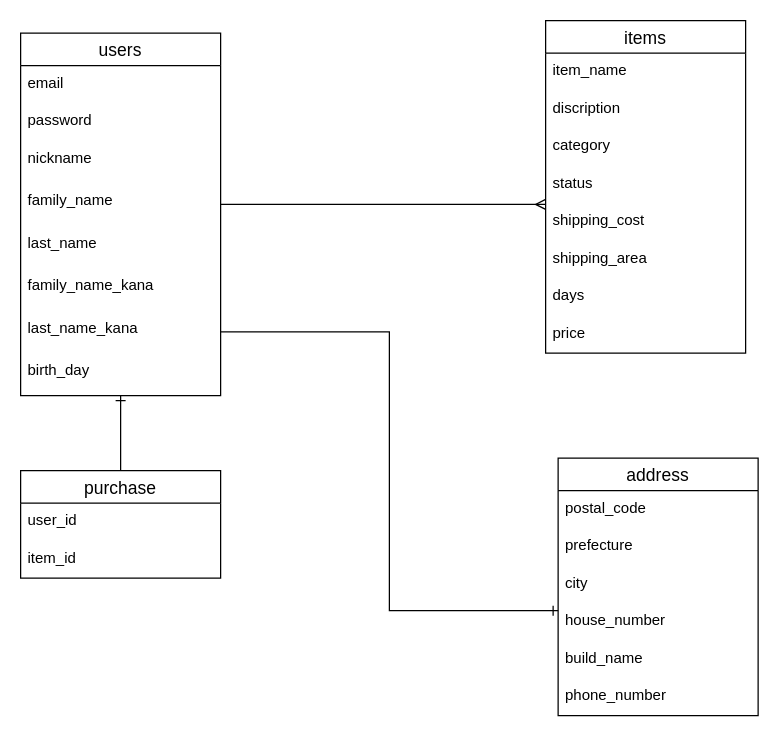
hirotoroh/furima3-34793 keeps this draw.io diagram as furima3-34793.dio. Above is the earlier version. Source tidied: cells renumbered, new cells numbered last; positions are measured from the earlier drawing's top-left corner, leaving out a move shared by most shapes. Both pictures are drawn from the tidied source at 125%, with x=0, y=0 at pixel (20, 20).
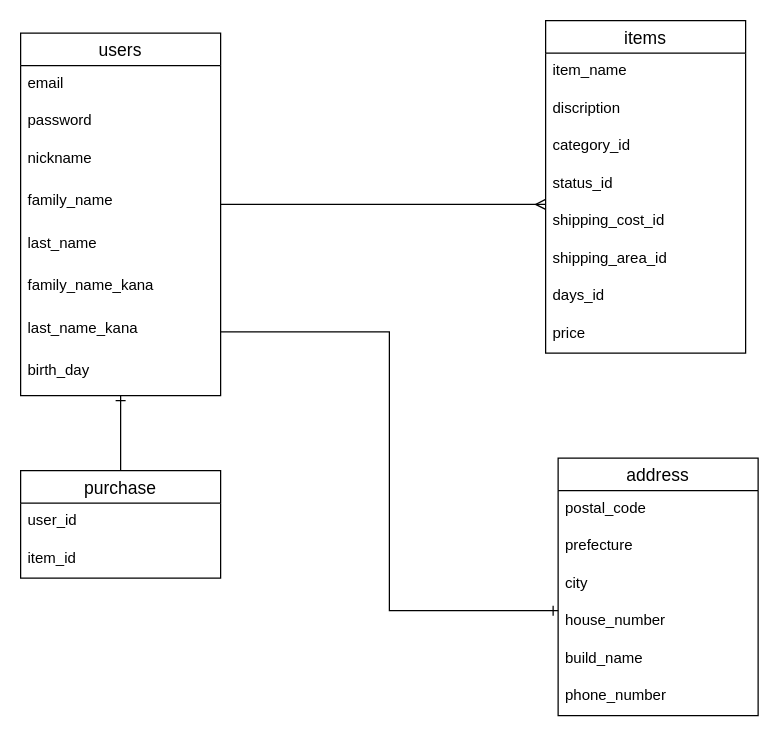
The same page after the edit.

Commit message (it also covers changes not shown here):
データベース修正２

The change refers to these unchanged cells:
```xml
<mxCell id="11" value="items" style="swimlane;fontStyle=0;horizontal=1;startSize=26;align=center;fontSize=14;" parent="1" vertex="1">
  <mxGeometry x="420" width="160" height="266" as="geometry" />
</mxCell>
```

Change to the diagram source:
```diff
@@
-    <mxCell id="14" value="category" style="text;strokeColor=none;fillColor=none;spacingLeft=4;spacingRight=4;overflow=hidden;fontSize=12;" parent="11" vertex="1">
+    <mxCell id="14" value="category_id" style="text;strokeColor=none;fillColor=none;spacingLeft=4;spacingRight=4;overflow=hidden;fontSize=12;" parent="11" vertex="1">
       <mxGeometry y="86" width="160" height="30" as="geometry" />
     </mxCell>
-    <mxCell id="15" value="status" style="text;strokeColor=none;fillColor=none;spacingLeft=4;spacingRight=4;overflow=hidden;fontSize=12;" parent="11" vertex="1">
+    <mxCell id="15" value="status_id" style="text;strokeColor=none;fillColor=none;spacingLeft=4;spacingRight=4;overflow=hidden;fontSize=12;" parent="11" vertex="1">
       <mxGeometry y="116" width="160" height="30" as="geometry" />
     </mxCell>
-    <mxCell id="16" value="shipping_cost" style="text;strokeColor=none;fillColor=none;spacingLeft=4;spacingRight=4;overflow=hidden;fontSize=12;" parent="11" vertex="1">
+    <mxCell id="16" value="shipping_cost_id" style="text;strokeColor=none;fillColor=none;spacingLeft=4;spacingRight=4;overflow=hidden;fontSize=12;" parent="11" vertex="1">
       <mxGeometry y="146" width="160" height="30" as="geometry" />
     </mxCell>
-    <mxCell id="17" value="shipping_area" style="text;strokeColor=none;fillColor=none;spacingLeft=4;spacingRight=4;overflow=hidden;fontSize=12;" parent="11" vertex="1">
+    <mxCell id="17" value="shipping_area_id" style="text;strokeColor=none;fillColor=none;spacingLeft=4;spacingRight=4;overflow=hidden;fontSize=12;" parent="11" vertex="1">
       <mxGeometry y="176" width="160" height="30" as="geometry" />
     </mxCell>
-    <mxCell id="18" value="days" style="text;strokeColor=none;fillColor=none;spacingLeft=4;spacingRight=4;overflow=hidden;fontSize=12;" parent="11" vertex="1">
+    <mxCell id="18" value="days_id" style="text;strokeColor=none;fillColor=none;spacingLeft=4;spacingRight=4;overflow=hidden;fontSize=12;" parent="11" vertex="1">
       <mxGeometry y="206" width="160" height="30" as="geometry" />
     </mxCell>
```
